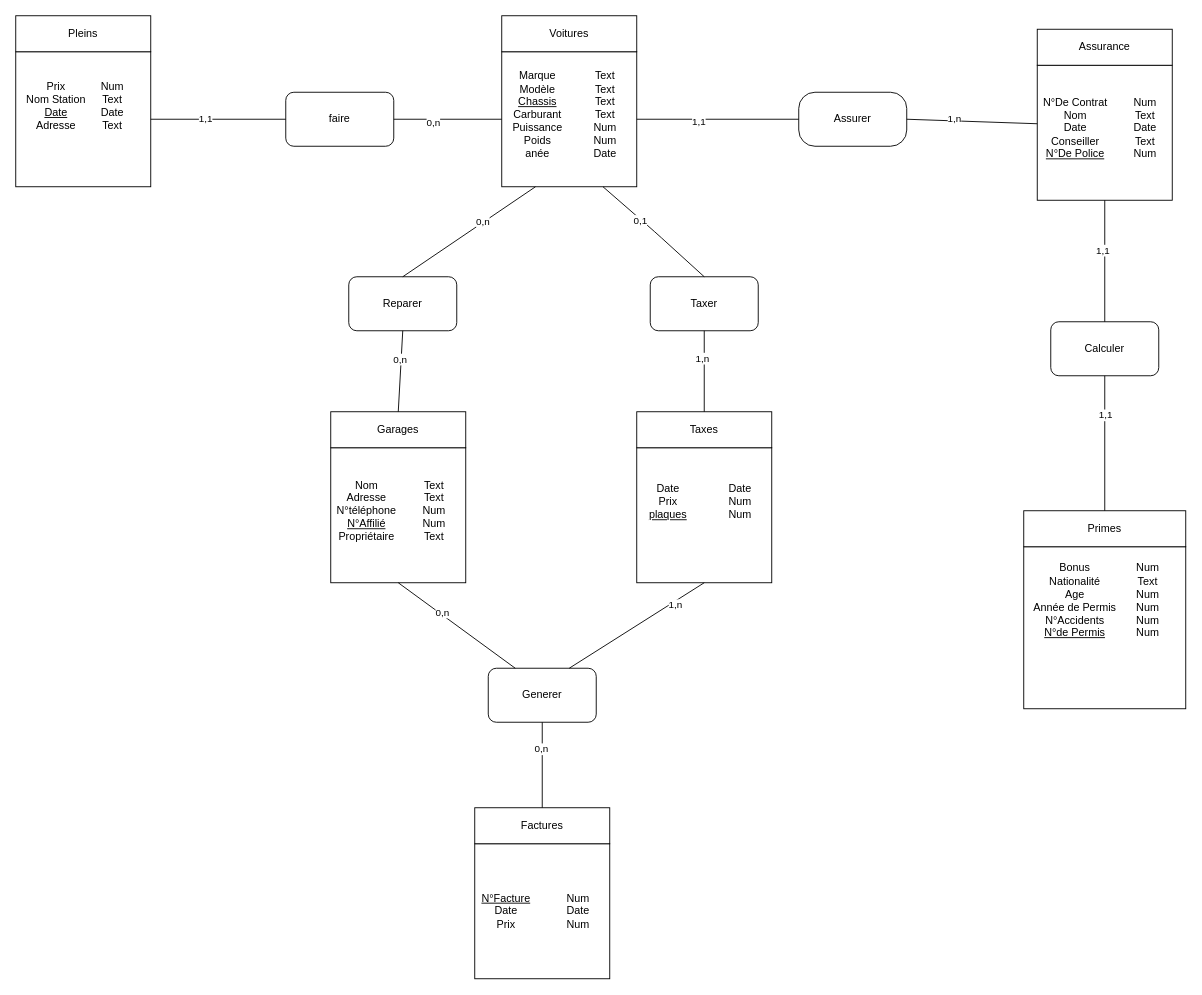
Above: MCD-MLD/MCD_VDC.drawio in alhelo-93/ProjetAppMobile (draw.io), before the change. Source tidied: cells renumbered, new cells numbered last; positions are measured from the earlier drawing's top-left corner, leaving out a move shared by most shapes. Both pictures are drawn from the tidied source at 90%, with x=0, y=0 at pixel (15, 15).
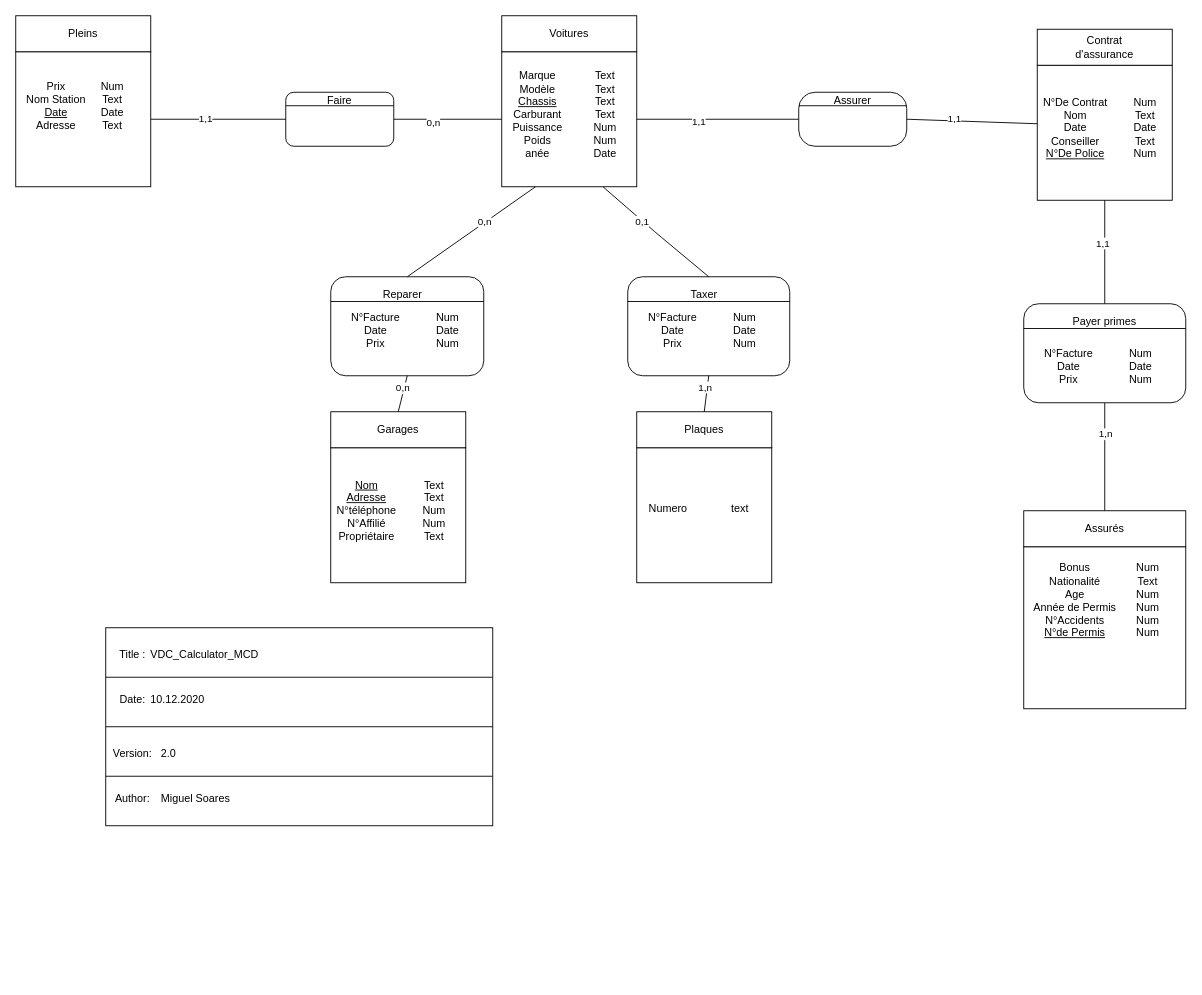
Above is the later version.

Commit message (it also covers changes not shown here):
update MCD_NewVersion

The change refers to these unchanged cells:
```xml
<mxCell id="2" style="group;" parent="1" vertex="1">
  <mxGeometry x="1120" y="550" width="180" height="220" as="geometry" />
</mxCell>
<mxCell id="4" style="rounded=0;whiteSpace=wrap;html=1;" parent="2" vertex="1">
  <mxGeometry width="180" height="40" as="geometry" />
</mxCell>
<mxCell id="8" style="group;" parent="1" vertex="1">
  <mxGeometry x="690" y="440" width="150" height="190" as="geometry" />
</mxCell>
<mxCell id="9" style="whiteSpace=wrap;html=1;" parent="8" vertex="1">
  <mxGeometry y="40" width="150" height="150" as="geometry" />
</mxCell>
<mxCell id="20" style="group;" parent="1" vertex="1">
  <mxGeometry x="350" y="440" width="150" height="190" as="geometry" />
</mxCell>
<mxCell id="21" style="whiteSpace=wrap;html=1;" parent="20" vertex="1">
  <mxGeometry y="40" width="150" height="150" as="geometry" />
</mxCell>
<mxCell id="38" style="group;" parent="1" vertex="1">
  <mxGeometry x="1135" y="15" width="150" height="190" as="geometry" />
</mxCell>
<mxCell id="39" style="whiteSpace=wrap;html=1;" parent="38" vertex="1">
  <mxGeometry y="40" width="150" height="150" as="geometry" />
</mxCell>
<mxCell id="48" style="endArrow=none;html=1;entryX=0;entryY=0.25;entryDx=0;entryDy=0;exitX=1;exitY=0.5;exitDx=0;exitDy=0;" parent="1" edge="1" source="44" target="42">
  <mxGeometry relative="1" as="geometry" />
</mxCell>
```

The edit, as a diff of the source:
```diff
@@
-    <mxCell id="5" value="Primes" style="text;html=1;strokeColor=none;fillColor=none;align=center;verticalAlign=middle;whiteSpace=wrap;rounded=0;" parent="2" vertex="1">
+    <mxCell id="5" value="Assurés" style="text;html=1;strokeColor=none;fillColor=none;align=center;verticalAlign=middle;whiteSpace=wrap;rounded=0;" parent="2" vertex="1">
       <mxGeometry x="66" y="10" width="48" height="20" as="geometry" />
     </mxCell>
@@
-    <mxCell id="11" value="Taxes" style="text;html=1;strokeColor=none;fillColor=none;align=center;verticalAlign=middle;whiteSpace=wrap;rounded=0;" parent="8" vertex="1">
+    <mxCell id="11" value="Plaques" style="text;html=1;strokeColor=none;fillColor=none;align=center;verticalAlign=middle;whiteSpace=wrap;rounded=0;" parent="8" vertex="1">
       <mxGeometry x="55" y="10" width="40" height="20" as="geometry" />
     </mxCell>
-    <mxCell id="12" value="Date&lt;br&gt;Prix&lt;br&gt;&lt;u&gt;plaques&lt;/u&gt;" style="text;html=1;strokeColor=none;fillColor=none;align=center;verticalAlign=middle;whiteSpace=wrap;rounded=0;" parent="8" vertex="1">
+    <mxCell id="12" value="&lt;br&gt;Numero" style="text;html=1;strokeColor=none;fillColor=none;align=center;verticalAlign=middle;whiteSpace=wrap;rounded=0;" parent="8" vertex="1">
       <mxGeometry x="15" y="90" width="40" height="20" as="geometry" />
     </mxCell>
-    <mxCell id="13" value="Date&lt;br&gt;Num&lt;br&gt;Num" style="text;html=1;strokeColor=none;fillColor=none;align=center;verticalAlign=middle;whiteSpace=wrap;rounded=0;" parent="8" vertex="1">
+    <mxCell id="13" value="&lt;br&gt;text" style="text;html=1;strokeColor=none;fillColor=none;align=center;verticalAlign=middle;whiteSpace=wrap;rounded=0;" parent="8" vertex="1">
       <mxGeometry x="95" y="90" width="40" height="20" as="geometry" />
     </mxCell>
@@
-    <mxCell id="24" value="Nom&lt;br&gt;Adresse&lt;br&gt;N°téléphone&lt;br&gt;&lt;u&gt;N°Affilié&lt;br&gt;&lt;/u&gt;Propriétaire" style="text;html=1;strokeColor=none;fillColor=none;align=center;verticalAlign=middle;whiteSpace=wrap;rounded=0;" parent="20" vertex="1">
+    <mxCell id="24" value="&lt;u&gt;Nom&lt;/u&gt;&lt;br&gt;&lt;u&gt;Adresse&lt;/u&gt;&lt;br&gt;N°téléphone&lt;br&gt;N°Affilié&lt;br&gt;Propriétaire" style="text;html=1;strokeColor=none;fillColor=none;align=center;verticalAlign=middle;whiteSpace=wrap;rounded=0;" parent="20" vertex="1">
       <mxGeometry x="20" y="100" width="40" height="20" as="geometry" />
     </mxCell>
@@
-    <mxCell id="26" style="group;" parent="1" vertex="1">
-      <mxGeometry x="510" y="880" width="150" height="190" as="geometry" />
-    </mxCell>
-    <mxCell id="27" style="whiteSpace=wrap;html=1;" parent="26" vertex="1">
-      <mxGeometry y="40" width="150" height="150" as="geometry" />
-    </mxCell>
-    <mxCell id="28" style="rounded=0;whiteSpace=wrap;html=1;" parent="26" vertex="1">
-      <mxGeometry width="150" height="40" as="geometry" />
-    </mxCell>
-    <mxCell id="29" value="Factures" style="text;html=1;strokeColor=none;fillColor=none;align=center;verticalAlign=middle;whiteSpace=wrap;rounded=0;" parent="26" vertex="1">
-      <mxGeometry x="55" y="10" width="40" height="20" as="geometry" />
-    </mxCell>
-    <mxCell id="30" value="&lt;u&gt;N°Facture&lt;br&gt;&lt;/u&gt;Date&lt;br&gt;Prix" style="text;html=1;strokeColor=none;fillColor=none;align=center;verticalAlign=middle;whiteSpace=wrap;rounded=0;" parent="26" vertex="1">
-      <mxGeometry x="15" y="105" width="40" height="20" as="geometry" />
-    </mxCell>
-    <mxCell id="31" value="Num&lt;br&gt;Date&lt;br&gt;Num" style="text;html=1;strokeColor=none;fillColor=none;align=center;verticalAlign=middle;whiteSpace=wrap;rounded=0;" parent="26" vertex="1">
-      <mxGeometry x="95" y="105" width="40" height="20" as="geometry" />
-    </mxCell>
@@
-    <mxCell id="41" value="Assurance" style="text;html=1;strokeColor=none;fillColor=none;align=center;verticalAlign=middle;whiteSpace=wrap;rounded=0;" parent="38" vertex="1">
+    <mxCell id="41" value="Contrat d'assurance" style="text;html=1;strokeColor=none;fillColor=none;align=center;verticalAlign=middle;whiteSpace=wrap;rounded=0;" parent="38" vertex="1">
       <mxGeometry x="55" y="10" width="40" height="20" as="geometry" />
     </mxCell>
@@
-    <mxCell id="44" value="Assurer" style="rounded=1;whiteSpace=wrap;html=1;arcSize=30;" parent="1" vertex="1">
+    <mxCell id="44" style="rounded=1;whiteSpace=wrap;html=1;arcSize=30;" parent="1" vertex="1">
       <mxGeometry x="870" y="85" width="120" height="60" as="geometry" />
     </mxCell>
-    <mxCell id="45" value="Calculer" style="rounded=1;whiteSpace=wrap;html=1;" parent="1" vertex="1">
-      <mxGeometry x="1150" y="340" width="120" height="60" as="geometry" />
-    </mxCell>
@@
-    <mxCell id="49" value="1,n" style="edgeLabel;html=1;align=center;verticalAlign=middle;" parent="48" vertex="1">
+    <mxCell id="49" value="1,1" style="edgeLabel;html=1;align=center;verticalAlign=middle;" parent="48" vertex="1">
       <mxGeometry x="-0.28" y="3" relative="1" as="geometry" />
     </mxCell>
-    <mxCell id="50" style="endArrow=none;html=1;entryX=0.5;entryY=1;entryDx=0;entryDy=0;exitX=0.5;exitY=0;exitDx=0;exitDy=0;" parent="1" edge="1" source="45" target="39">
+    <mxCell id="50" style="endArrow=none;html=1;entryX=0.5;entryY=1;entryDx=0;entryDy=0;exitX=0.5;exitY=0;exitDx=0;exitDy=0;" parent="1" edge="1" source="83" target="39">
       <mxGeometry relative="1" as="geometry" />
     </mxCell>
@@
-    <mxCell id="52" style="endArrow=none;html=1;entryX=0.5;entryY=1;entryDx=0;entryDy=0;exitX=0.5;exitY=0;exitDx=0;exitDy=0;" parent="1" edge="1" source="4" target="45">
+    <mxCell id="52" style="endArrow=none;html=1;entryX=0.5;entryY=1;entryDx=0;entryDy=0;exitX=0.5;exitY=0;exitDx=0;exitDy=0;" parent="1" edge="1" source="4" target="83">
       <mxGeometry relative="1" as="geometry" />
     </mxCell>
-    <mxCell id="53" value="1,1" style="edgeLabel;html=1;align=center;verticalAlign=middle;" parent="52" vertex="1">
+    <mxCell id="53" value="1,n" style="edgeLabel;html=1;align=center;verticalAlign=middle;" parent="52" vertex="1">
       <mxGeometry x="0.43" relative="1" as="geometry" />
     </mxCell>
-    <mxCell id="54" value="Generer" style="rounded=1;whiteSpace=wrap;html=1;" parent="1" vertex="1">
-      <mxGeometry x="525" y="725" width="120" height="60" as="geometry" />
-    </mxCell>
-    <mxCell id="55" style="endArrow=none;html=1;entryX=0.5;entryY=1;entryDx=0;entryDy=0;exitX=0.5;exitY=0;exitDx=0;exitDy=0;" parent="1" edge="1" source="28" target="54">
-      <mxGeometry relative="1" as="geometry" />
-    </mxCell>
-    <mxCell id="56" value="0,n" style="edgeLabel;html=1;align=center;verticalAlign=middle;" parent="55" vertex="1">
-      <mxGeometry x="0.39" y="2" relative="1" as="geometry" />
-    </mxCell>
-    <mxCell id="57" style="endArrow=none;html=1;entryX=0.5;entryY=1;entryDx=0;entryDy=0;exitX=0.25;exitY=0;exitDx=0;exitDy=0;" parent="1" edge="1" source="54" target="21">
-      <mxGeometry relative="1" as="geometry" />
-    </mxCell>
-    <mxCell id="58" value="0,n" style="edgeLabel;html=1;align=center;verticalAlign=middle;" parent="57" vertex="1">
-      <mxGeometry x="0.28" y="-2" relative="1" as="geometry" />
-    </mxCell>
-    <mxCell id="59" style="endArrow=none;html=1;entryX=0.5;entryY=1;entryDx=0;entryDy=0;exitX=0.75;exitY=0;exitDx=0;exitDy=0;" parent="1" edge="1" source="54" target="9">
-      <mxGeometry relative="1" as="geometry" />
-    </mxCell>
-    <mxCell id="60" value="1,n" style="edgeLabel;html=1;align=center;verticalAlign=middle;" parent="59" vertex="1">
-      <mxGeometry x="0.54" y="-3" relative="1" as="geometry" />
-    </mxCell>
-    <mxCell id="61" value="Taxer" style="rounded=1;whiteSpace=wrap;html=1;" parent="1" vertex="1">
-      <mxGeometry x="705" y="290" width="120" height="60" as="geometry" />
+    <mxCell id="61" style="rounded=1;whiteSpace=wrap;html=1;" parent="1" vertex="1">
+      <mxGeometry x="680" y="290" width="180" height="110" as="geometry" />
     </mxCell>
-    <mxCell id="62" value="Reparer" style="rounded=1;whiteSpace=wrap;html=1;" parent="1" vertex="1">
-      <mxGeometry x="370" y="290" width="120" height="60" as="geometry" />
+    <mxCell id="62" style="rounded=1;whiteSpace=wrap;html=1;" parent="1" vertex="1">
+      <mxGeometry x="350" y="290" width="170" height="110" as="geometry" />
     </mxCell>
@@
-    <mxCell id="71" value="faire" style="rounded=1;whiteSpace=wrap;html=1;" parent="1" vertex="1">
+    <mxCell id="71" style="rounded=1;whiteSpace=wrap;html=1;" parent="1" vertex="1">
       <mxGeometry x="300" y="85" width="120" height="60" as="geometry" />
     </mxCell>
@@
+    <mxCell id="76" value="Reparer" style="text;html=1;strokeColor=none;fillColor=none;align=center;verticalAlign=middle;whiteSpace=wrap;rounded=0;" parent="1" vertex="1">
+      <mxGeometry x="410" y="300" width="40" height="20" as="geometry" />
+    </mxCell>
+    <mxCell id="77" value="Taxer" style="text;html=1;strokeColor=none;fillColor=none;align=center;verticalAlign=middle;whiteSpace=wrap;rounded=0;" parent="1" vertex="1">
+      <mxGeometry x="745" y="300" width="40" height="20" as="geometry" />
+    </mxCell>
+    <mxCell id="78" style="endArrow=none;html=1;entryX=1;entryY=0.25;entryDx=0;entryDy=0;exitX=0;exitY=0.25;exitDx=0;exitDy=0;" parent="1" edge="1" source="62" target="62">
+      <mxGeometry relative="1" as="geometry" />
+    </mxCell>
+    <mxCell id="79" style="endArrow=none;html=1;entryX=1;entryY=0.25;entryDx=0;entryDy=0;exitX=0;exitY=0.25;exitDx=0;exitDy=0;" parent="1" edge="1" source="61" target="61">
+      <mxGeometry relative="1" as="geometry" />
+    </mxCell>
+    <mxCell id="80" value="N°Facture&lt;br&gt;Date&lt;br&gt;Prix" style="text;html=1;strokeColor=none;fillColor=none;align=center;verticalAlign=middle;whiteSpace=wrap;rounded=0;" parent="1" vertex="1">
+      <mxGeometry x="380" y="340" width="40" height="20" as="geometry" />
+    </mxCell>
+    <mxCell id="81" value="Num&lt;br&gt;Date&lt;br&gt;Num" style="text;html=1;strokeColor=none;fillColor=none;align=center;verticalAlign=middle;whiteSpace=wrap;rounded=0;" parent="1" vertex="1">
+      <mxGeometry x="460" y="340" width="40" height="20" as="geometry" />
+    </mxCell>
+    <mxCell id="31" value="Num&lt;br&gt;Date&lt;br&gt;Num" style="text;html=1;strokeColor=none;fillColor=none;align=center;verticalAlign=middle;whiteSpace=wrap;rounded=0;" parent="1" vertex="1">
+      <mxGeometry x="790" y="340" width="40" height="20" as="geometry" />
+    </mxCell>
+    <mxCell id="30" value="N°Facture&lt;br&gt;Date&lt;br&gt;Prix" style="text;html=1;strokeColor=none;fillColor=none;align=center;verticalAlign=middle;whiteSpace=wrap;rounded=0;" parent="1" vertex="1">
+      <mxGeometry x="710" y="340" width="40" height="20" as="geometry" />
+    </mxCell>
+    <mxCell id="82" style="group;" parent="1" vertex="1">
+      <mxGeometry x="1120" y="320" width="180" height="110" as="geometry" />
+    </mxCell>
+    <mxCell id="83" style="rounded=1;whiteSpace=wrap;html=1;" parent="82" vertex="1">
+      <mxGeometry width="180" height="110" as="geometry" />
+    </mxCell>
+    <mxCell id="84" value="Num&lt;br&gt;Date&lt;br&gt;Num" style="text;html=1;strokeColor=none;fillColor=none;align=center;verticalAlign=middle;whiteSpace=wrap;rounded=0;" parent="82" vertex="1">
+      <mxGeometry x="110" y="60" width="40" height="20" as="geometry" />
+    </mxCell>
+    <mxCell id="85" value="N°Facture&lt;br&gt;Date&lt;br&gt;Prix" style="text;html=1;strokeColor=none;fillColor=none;align=center;verticalAlign=middle;whiteSpace=wrap;rounded=0;" parent="82" vertex="1">
+      <mxGeometry x="30" y="60" width="40" height="20" as="geometry" />
+    </mxCell>
+    <mxCell id="86" value="Payer primes" style="text;html=1;strokeColor=none;fillColor=none;align=center;verticalAlign=middle;whiteSpace=wrap;rounded=0;" parent="82" vertex="1">
+      <mxGeometry x="45" y="10" width="90" height="20" as="geometry" />
+    </mxCell>
+    <mxCell id="87" style="endArrow=none;html=1;entryX=1;entryY=0.25;entryDx=0;entryDy=0;exitX=0;exitY=0.25;exitDx=0;exitDy=0;" parent="82" edge="1" source="83" target="83">
+      <mxGeometry relative="1" as="geometry" />
+    </mxCell>
+    <mxCell id="88" value="Faire" style="text;html=1;strokeColor=none;fillColor=none;align=center;verticalAlign=middle;whiteSpace=wrap;rounded=0;" parent="1" vertex="1">
+      <mxGeometry x="340" y="85" width="40" height="20" as="geometry" />
+    </mxCell>
+    <mxCell id="89" value="Assurer" style="text;html=1;strokeColor=none;fillColor=none;align=center;verticalAlign=middle;whiteSpace=wrap;rounded=0;" parent="1" vertex="1">
+      <mxGeometry x="910" y="85" width="40" height="20" as="geometry" />
+    </mxCell>
+    <mxCell id="90" style="endArrow=none;html=1;entryX=1;entryY=0.25;entryDx=0;entryDy=0;exitX=0;exitY=0.25;exitDx=0;exitDy=0;" parent="1" edge="1" source="71" target="71">
+      <mxGeometry relative="1" as="geometry" />
+    </mxCell>
+    <mxCell id="91" style="endArrow=none;html=1;entryX=1;entryY=0.25;entryDx=0;entryDy=0;exitX=0;exitY=0.25;exitDx=0;exitDy=0;" parent="1" edge="1" source="44" target="44">
+      <mxGeometry relative="1" as="geometry" />
+    </mxCell>
+    <mxCell id="92" style="rounded=0;whiteSpace=wrap;html=1;" parent="1" vertex="1">
+      <mxGeometry x="100" y="680" width="430" height="220" as="geometry" />
+    </mxCell>
+    <mxCell id="93" style="endArrow=none;html=1;entryX=1;entryY=0.25;entryDx=0;entryDy=0;exitX=0;exitY=0.25;exitDx=0;exitDy=0;" parent="1" edge="1" source="92" target="92">
+      <mxGeometry relative="1" as="geometry" />
+    </mxCell>
+    <mxCell id="94" style="endArrow=none;html=1;entryX=1;entryY=0.5;entryDx=0;entryDy=0;exitX=0;exitY=0.5;exitDx=0;exitDy=0;" parent="1" edge="1" source="92" target="92">
+      <mxGeometry relative="1" as="geometry" />
+    </mxCell>
+    <mxCell id="95" style="endArrow=none;html=1;exitX=0;exitY=0.75;exitDx=0;exitDy=0;entryX=1;entryY=0.75;entryDx=0;entryDy=0;" parent="1" edge="1" source="92" target="92">
+      <mxGeometry relative="1" as="geometry" />
+    </mxCell>
+    <mxCell id="96" value="Title :" style="text;html=1;strokeColor=none;fillColor=none;align=center;verticalAlign=middle;whiteSpace=wrap;rounded=0;" parent="1" vertex="1">
+      <mxGeometry x="110" y="700" width="40" height="20" as="geometry" />
+    </mxCell>
+    <mxCell id="97" value="Author:" style="text;html=1;strokeColor=none;fillColor=none;align=center;verticalAlign=middle;whiteSpace=wrap;rounded=0;" parent="1" vertex="1">
+      <mxGeometry x="110" y="860" width="40" height="20" as="geometry" />
+    </mxCell>
+    <mxCell id="98" value="Version:" style="text;html=1;strokeColor=none;fillColor=none;align=center;verticalAlign=middle;whiteSpace=wrap;rounded=0;" parent="1" vertex="1">
+      <mxGeometry x="110" y="810" width="40" height="20" as="geometry" />
+    </mxCell>
+    <mxCell id="99" value="Date:" style="text;html=1;strokeColor=none;fillColor=none;align=center;verticalAlign=middle;whiteSpace=wrap;rounded=0;" parent="1" vertex="1">
+      <mxGeometry x="110" y="750" width="40" height="20" as="geometry" />
+    </mxCell>
+    <mxCell id="100" value="VDC_Calculator_MCD" style="text;html=1;strokeColor=none;fillColor=none;align=center;verticalAlign=middle;whiteSpace=wrap;rounded=0;" parent="1" vertex="1">
+      <mxGeometry x="190" y="700" width="40" height="20" as="geometry" />
+    </mxCell>
+    <mxCell id="101" value="10.12.2020" style="text;html=1;strokeColor=none;fillColor=none;align=center;verticalAlign=middle;whiteSpace=wrap;rounded=0;" parent="1" vertex="1">
+      <mxGeometry x="160" y="750" width="40" height="20" as="geometry" />
+    </mxCell>
+    <mxCell id="102" value="2.0" style="text;html=1;strokeColor=none;fillColor=none;align=center;verticalAlign=middle;whiteSpace=wrap;rounded=0;" parent="1" vertex="1">
+      <mxGeometry x="150" y="810" width="40" height="20" as="geometry" />
+    </mxCell>
+    <mxCell id="103" value="Miguel Soares" style="text;html=1;strokeColor=none;fillColor=none;align=center;verticalAlign=middle;whiteSpace=wrap;rounded=0;" parent="1" vertex="1">
+      <mxGeometry x="150" y="860" width="100" height="20" as="geometry" />
+    </mxCell>
```
